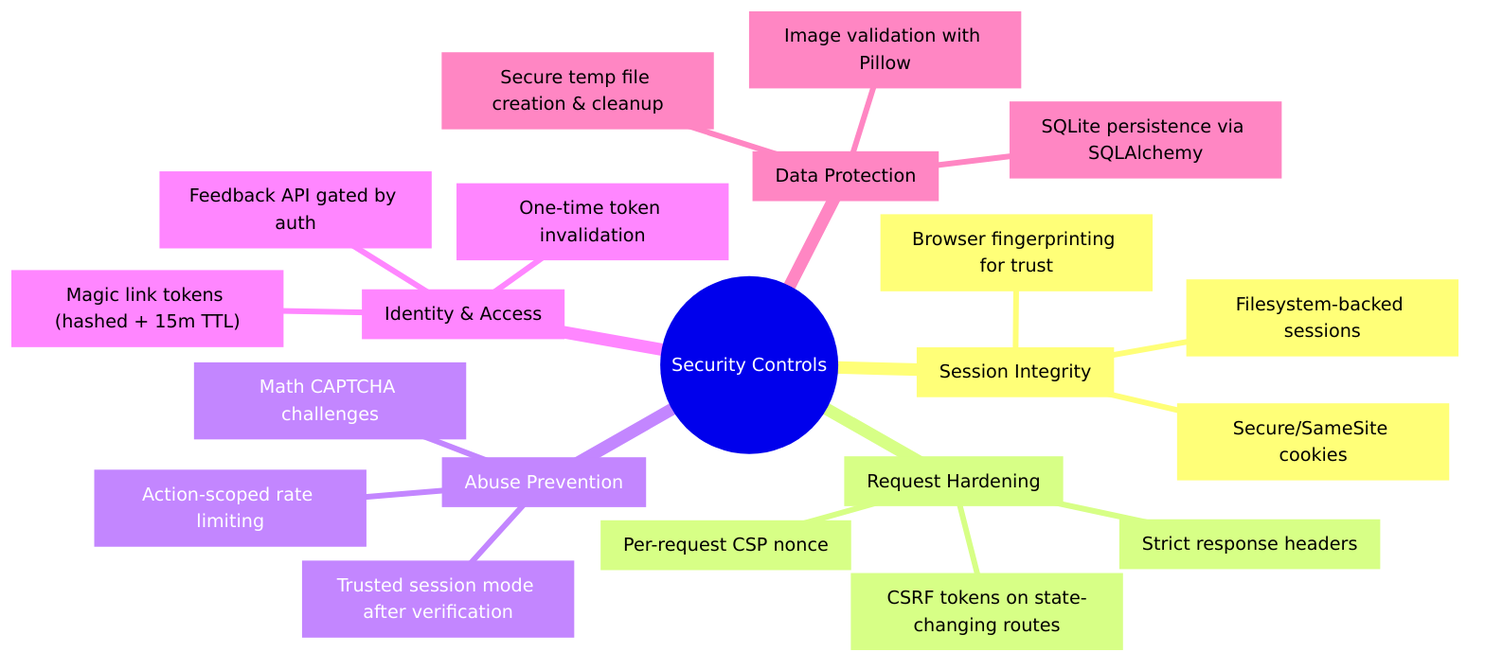
Before: public/images/security-mindmap.png, a diagram exported from Mermaid (Red-Turtles/Proof-Of-Concept-Demo). Its source is kept beside it as docs/diagram_sources/security-mindmap.mmd. Its diagram source:
```mermaid
mindmap
  root((Security Controls))
    session_integrity["Session Integrity"]
      sessions["Filesystem-backed sessions"]
      secure_cookies["Secure/SameSite cookies"]
      fingerprints["Browser fingerprinting for trust"]
    request_hardening["Request Hardening"]
      csrf_tokens["CSRF tokens on state-changing routes"]
      csp_nonce["Per-request CSP nonce"]
      headers["Strict response headers"]
    abuse_prevention["Abuse Prevention"]
      rate_limiting["Action-scoped rate limiting"]
      captcha["Math CAPTCHA challenges"]
      trusted_mode["Trusted session mode after verification"]
    identity_access["Identity & Access"]
      magic_links["Magic link tokens (hashed + 15m TTL)"]
      one_time["One-time token invalidation"]
      feedback_auth["Feedback API gated by auth"]
    data_protection["Data Protection"]
      temp_files["Secure temp file creation & cleanup"]
      pillow_scan["Image validation with Pillow"]
      sqlite["SQLite persistence via SQLAlchemy"]
```
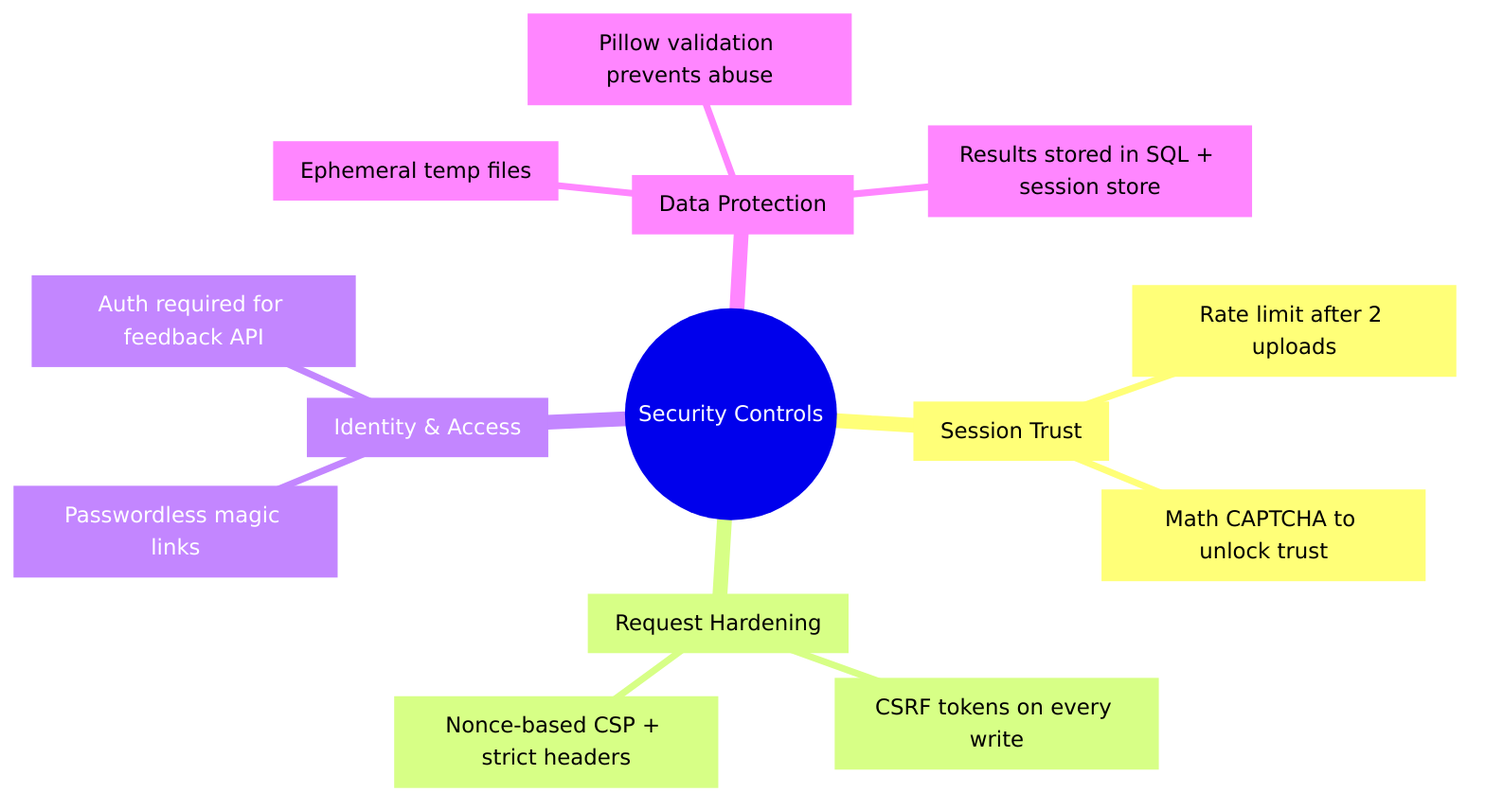
After the change.

Commit message:
Refactor: Update diagrams and simplify security concepts

Diff of the diagram source:
```diff
@@ -1,22 +1,15 @@
 mindmap
   root((Security Controls))
-    session_integrity["Session Integrity"]
-      sessions["Filesystem-backed sessions"]
-      secure_cookies["Secure/SameSite cookies"]
-      fingerprints["Browser fingerprinting for trust"]
-    request_hardening["Request Hardening"]
-      csrf_tokens["CSRF tokens on state-changing routes"]
-      csp_nonce["Per-request CSP nonce"]
-      headers["Strict response headers"]
-    abuse_prevention["Abuse Prevention"]
-      rate_limiting["Action-scoped rate limiting"]
-      captcha["Math CAPTCHA challenges"]
-      trusted_mode["Trusted session mode after verification"]
-    identity_access["Identity & Access"]
-      magic_links["Magic link tokens (hashed + 15m TTL)"]
-      one_time["One-time token invalidation"]
-      feedback_auth["Feedback API gated by auth"]
-    data_protection["Data Protection"]
-      temp_files["Secure temp file creation & cleanup"]
-      pillow_scan["Image validation with Pillow"]
-      sqlite["SQLite persistence via SQLAlchemy"]
+    trust["Session Trust"]
+      rate_limit["Rate limit after 2 uploads"]
+      captcha_gate["Math CAPTCHA to unlock trust"]
+    hardening["Request Hardening"]
+      csrf["CSRF tokens on every write"]
+      csp["Nonce-based CSP + strict headers"]
+    identity["Identity & Access"]
+      magic_links["Passwordless magic links"]
+      feedback_guard["Auth required for feedback API"]
+    data["Data Protection"]
+      temp_cleanup["Ephemeral temp files"]
+      validation["Pillow validation prevents abuse"]
+      storage["Results stored in SQL + session store"]
```
